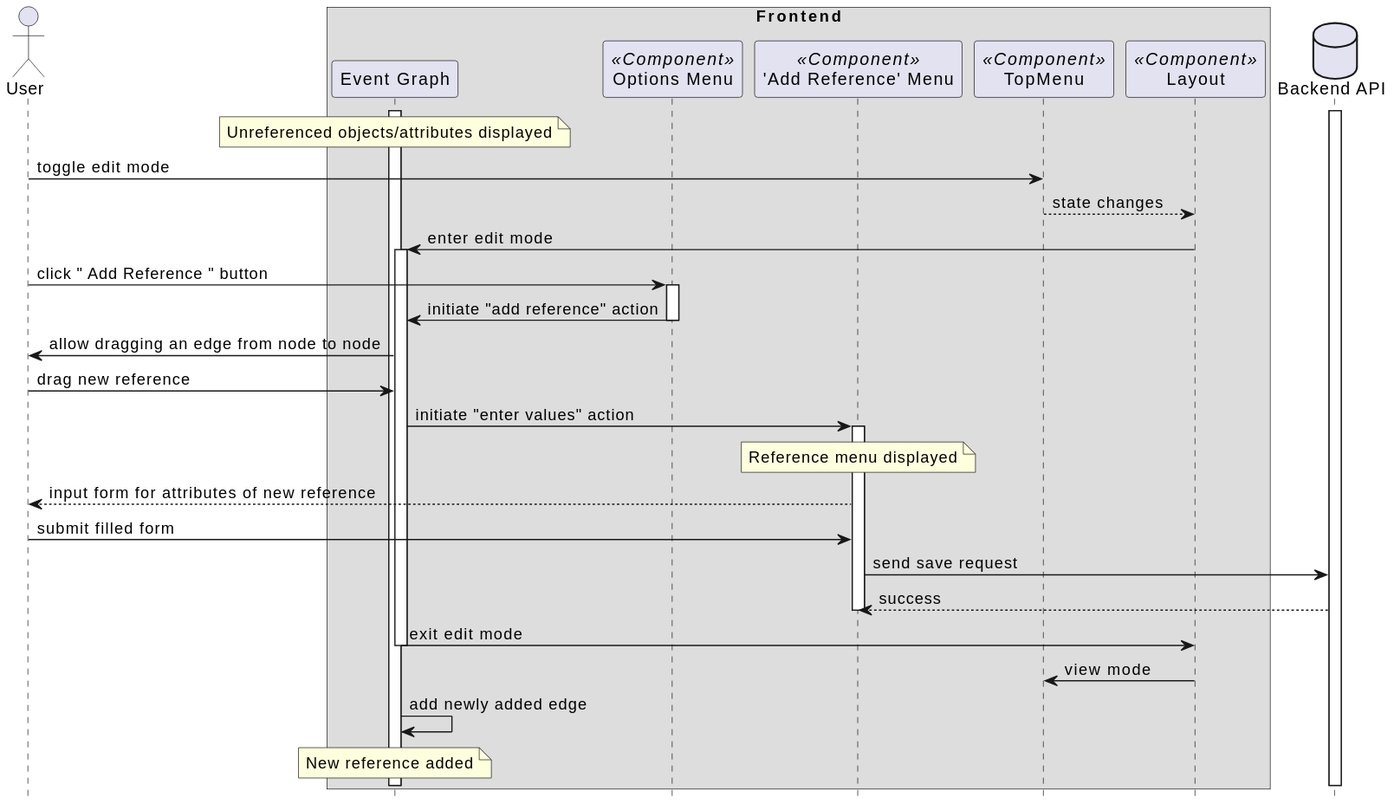
Above: docs/sequencediagrams/svg/add_reference.svg in Modern-MISP/frontend (PlantUML), before the change.
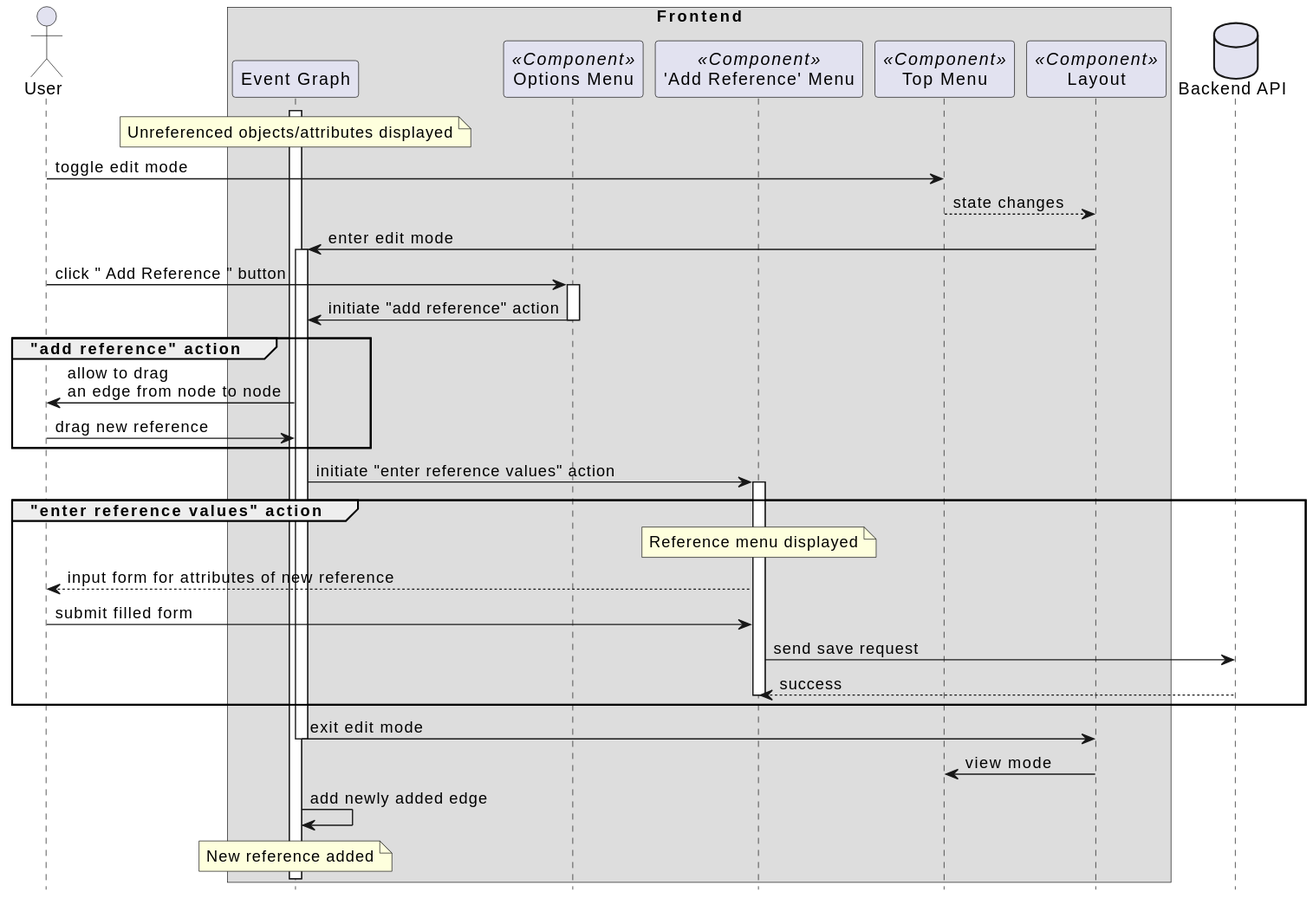
The same diagram one commit later.

Commit message:
uploaded svg files of updated seq diagrams

Change to the diagram source:
```diff
@@ -6,12 +6,11 @@
 participant "Event Graph" as eventgraph
 participant "Options Menu" as optmenu <<Component>>
 participant "'Add Reference' Menu" as addreferencemenu <<Component>>
-participant TopMenu as topmenu <<Component>>
+participant "Top Menu" as topmenu <<Component>>
 participant Layout as layout <<Component>>
 end box
 database "Backend API" as api
 
-activate api
 activate eventgraph
 note over eventgraph : Unreferenced objects/attributes displayed
 
@@ -26,13 +25,15 @@
 optmenu -> eventgraph: initiate "add reference" action
 deactivate optmenu
 
-eventgraph -> user: allow dragging an edge from node to node
+group "add reference" action
+eventgraph -> user: allow to drag \nan edge from node to node
 
 user -> eventgraph: drag new reference
+end
 
-eventgraph -> addreferencemenu: initiate "enter values" action
+eventgraph -> addreferencemenu: initiate "enter reference values" action
 
-
+group "enter reference values" action
 activate addreferencemenu
 note over addreferencemenu: Reference menu displayed
 
@@ -44,6 +45,7 @@
 
 api --> addreferencemenu: success
 deactivate addreferencemenu
+end
 
 eventgraph -> layout : exit edit mode
 deactivate eventgraph
```
